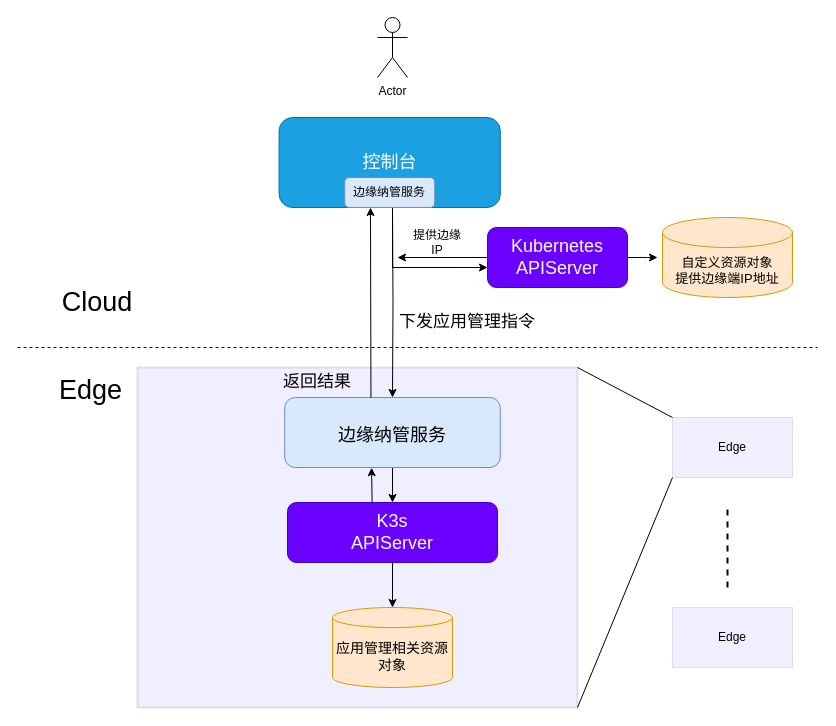
Above: 云端应用管理.drawio in TonyZZhang/draw (draw.io), before the change. Source tidied: cells renumbered, new cells numbered last; positions are measured from the earlier drawing's top-left corner, leaving out a move shared by most shapes. Both pictures are drawn from the tidied source at 100%, with x=0, y=0 at pixel (17, 17).
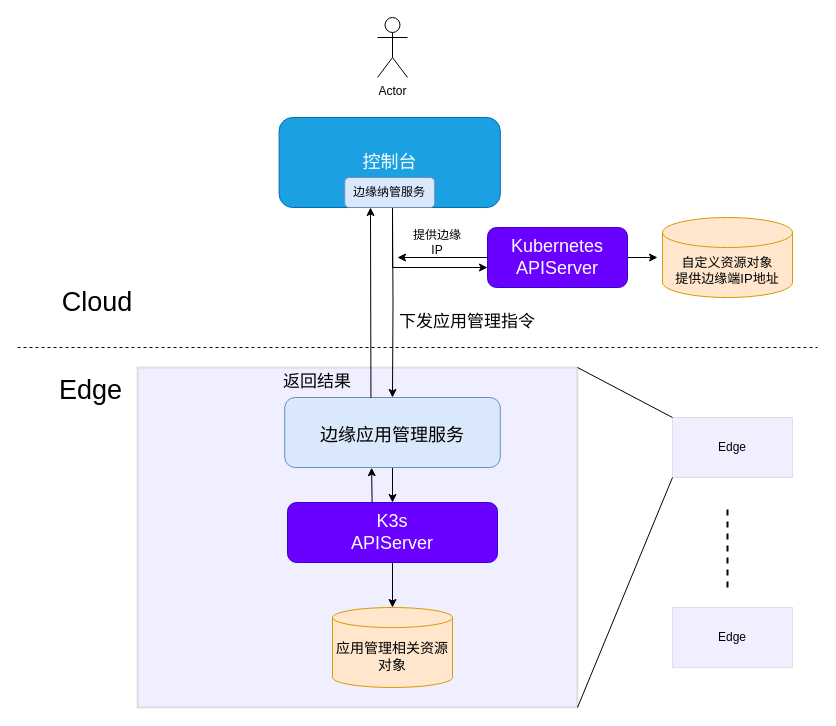
The same page after the edit.

Commit message:
更新云端应用管理.drawio

Change to the diagram source:
```diff
@@
-    <mxCell id="14" value="&lt;font style=&quot;font-size: 18px;&quot;&gt;边缘纳管服务&lt;/font&gt;" style="rounded=1;whiteSpace=wrap;html=1;fontSize=27;fillColor=#dae8fc;strokeColor=#6c8ebf;" parent="1" vertex="1">
+    <mxCell id="14" value="&lt;font style=&quot;font-size: 18px;&quot;&gt;边缘应用管理服务&lt;/font&gt;" style="rounded=1;whiteSpace=wrap;html=1;fontSize=27;fillColor=#dae8fc;strokeColor=#6c8ebf;" parent="1" vertex="1">
       <mxGeometry x="267.2" y="380" width="215.6" height="70" as="geometry" />
     </mxCell>
```
